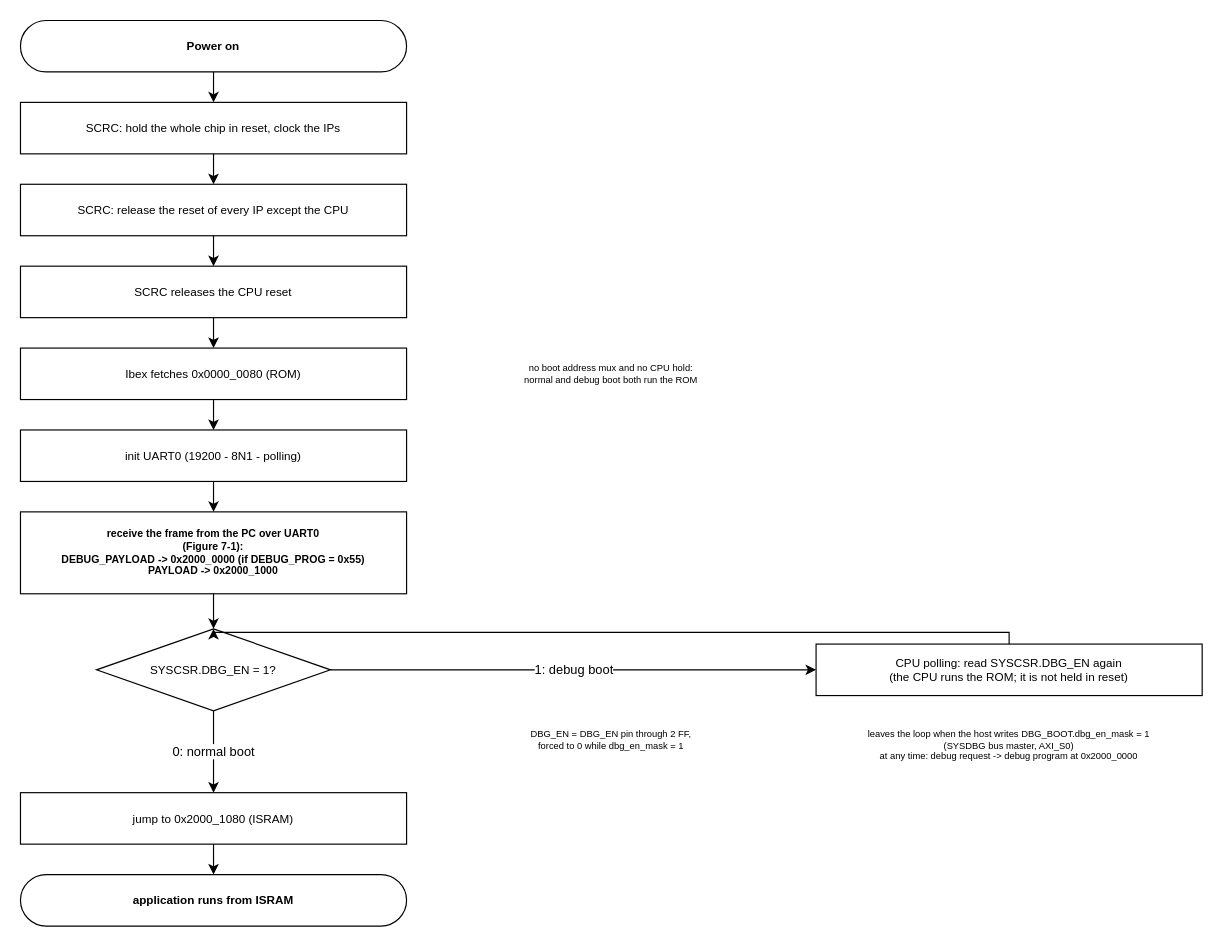
This is page "Reset to application" (1 of 5) of doc/figures/drawio/QNSC_BOOT.drawio from quynhonsemiconductor/vlsi_deep_training, a draw.io file, before an edit. Source tidied: cells renumbered, new cells numbered last; positions are measured from the earlier drawing's top-left corner, leaving out a move shared by most shapes. Both pictures are drawn from the tidied source at 117%, with x=0, y=0 at pixel (20, 20).
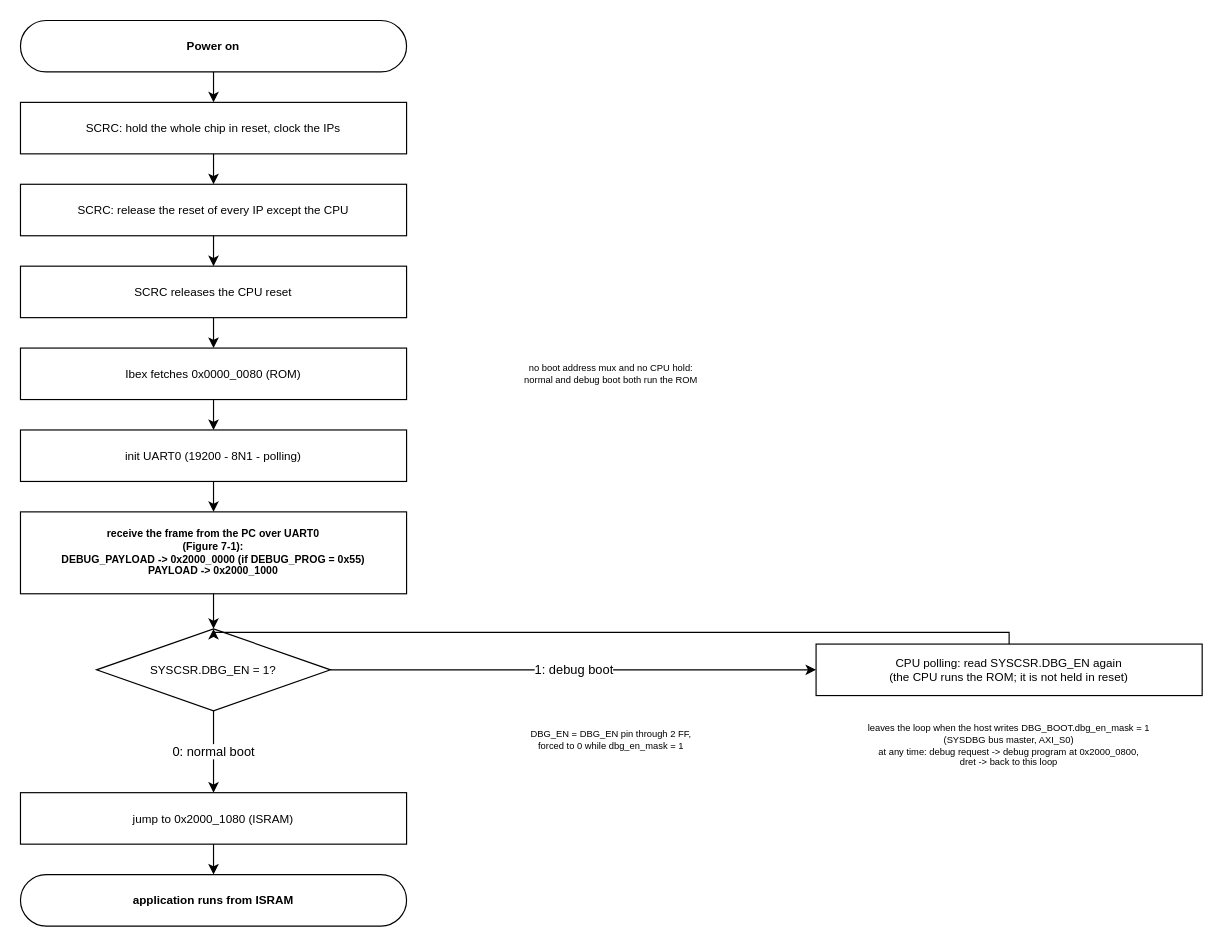
After the change.

Commit message (it also covers changes not shown here):
docs(boot): debug entry at DmHaltAddr 0x2000_0800, debug window layout

Change to the diagram source:
```diff
@@
-    <mxCell id="12" value="leaves the loop when the host writes DBG_BOOT.dbg_en_mask = 1&#10;(SYSDBG bus master, AXI_S0)&#10;at any time: debug request -&gt; debug program at 0x2000_0000" style="rounded=0;whiteSpace=wrap;html=1;fillColor=none;strokeColor=none;fontSize=8;dashed=0;verticalAlign=middle;" parent="1" vertex="1">
+    <mxCell id="12" value="leaves the loop when the host writes DBG_BOOT.dbg_en_mask = 1&#10;(SYSDBG bus master, AXI_S0)&#10;at any time: debug request -&gt; debug program at 0x2000_0800,&#10;dret -&gt; back to this loop" style="rounded=0;whiteSpace=wrap;html=1;fillColor=none;strokeColor=none;fontSize=8;dashed=0;verticalAlign=middle;" parent="1" vertex="1">
       <mxGeometry x="680" y="590" width="330" height="60" as="geometry" />
     </mxCell>
```
